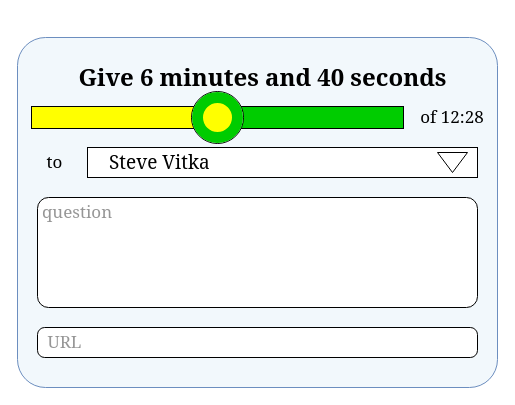
Before: popup.drawio in gizmolab10/diagrams, a draw.io diagram. Source tidied: cells renumbered, new cells numbered last; positions are measured from the earlier drawing's top-left corner, leaving out a move shared by most shapes. Both pictures are drawn from the tidied source at 100%, with x=0, y=0 at pixel (17, 37).
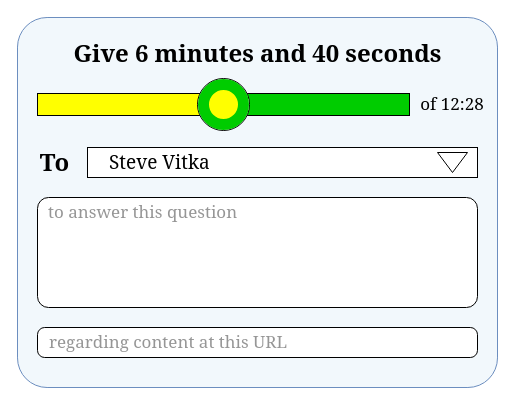
Above is the later version.

The edit, as a diff of the source:
```diff
@@
 <mxGraphModel>
   <root>
     <mxCell id="0" />
     <mxCell id="1" parent="0" />
     <mxCell id="2" style="rounded=1;whiteSpace=wrap;html=1;fillColor=#F2F8FC;strokeColor=#6c8ebf;arcSize=8;" parent="1" vertex="1">
-      <mxGeometry width="480" height="350" as="geometry" />
+      <mxGeometry y="-20" width="480" height="370" as="geometry" />
     </mxCell>
-    <mxCell id="3" value="to" style="text;html=1;strokeColor=none;fillColor=none;align=center;verticalAlign=middle;whiteSpace=wrap;rounded=0;fontSize=17;fontFamily=Georgia;" parent="1" vertex="1">
-      <mxGeometry x="20" y="110" width="35" height="30" as="geometry" />
-    </mxCell>
     <mxCell id="4" value="of 12:28" style="text;html=1;strokeColor=none;fillColor=none;align=center;verticalAlign=middle;whiteSpace=wrap;rounded=0;fontFamily=Georgia;fontSize=17;" parent="1" vertex="1">
-      <mxGeometry x="390" y="65" width="90" height="30" as="geometry" />
+      <mxGeometry x="390" y="52" width="90" height="30" as="geometry" />
     </mxCell>
     <mxCell id="5" value="Give 6 minutes and 40 seconds" style="text;strokeColor=none;fillColor=none;html=1;fontSize=24;fontStyle=1;verticalAlign=middle;align=center;fontFamily=Georgia;" parent="1" vertex="1">
-      <mxGeometry x="55" y="20" width="380" height="40" as="geometry" />
+      <mxGeometry x="50" y="-4" width="380" height="40" as="geometry" />
     </mxCell>
     <mxCell id="6" value="&lt;font style=&quot;font-size: 19px;&quot; face=&quot;Georgia&quot;&gt;Steve Vitka&lt;/font&gt;" style="html=1;whiteSpace=wrap;align=left;spacingLeft=20;" parent="1" vertex="1">
       <mxGeometry x="70" y="110" width="390" height="30" as="geometry" />
     </mxCell>
     <mxCell id="7" style="triangle;html=1;whiteSpace=wrap;direction=south;rotation=0;" parent="6" vertex="1">
       <mxGeometry x="350" y="5" width="30" height="20" as="geometry" />
     </mxCell>
     <mxCell id="8" style="rounded=0;whiteSpace=wrap;html=1;strokeColor=#000000;strokeWidth=1;fontFamily=Georgia;fontSize=17;fontColor=#969696;fillColor=#FFFFFF;" parent="6" vertex="1">
-      <mxGeometry x="-56" y="-41" width="372" height="22" as="geometry" />
+      <mxGeometry x="-50" y="-54" width="372" height="22" as="geometry" />
     </mxCell>
     <mxCell id="9" style="rounded=1;whiteSpace=wrap;html=1;fontFamily=Georgia;fontSize=17;arcSize=10;" parent="1" vertex="1">
       <mxGeometry x="20" y="160" width="440" height="110" as="geometry" />
     </mxCell>
     <mxCell id="10" style="rounded=1;whiteSpace=wrap;html=1;fontFamily=Georgia;fontSize=17;arcSize=24;" parent="1" vertex="1">
       <mxGeometry x="20" y="290" width="440" height="30" as="geometry" />
     </mxCell>
-    <mxCell id="11" value="question" style="text;html=1;align=center;verticalAlign=middle;whiteSpace=wrap;rounded=0;fontFamily=Georgia;fontSize=17;fontColor=#969696;" parent="1" vertex="1">
-      <mxGeometry x="30" y="160" width="60" height="30" as="geometry" />
+    <mxCell id="11" value="to answer this question" style="text;html=1;align=left;verticalAlign=middle;whiteSpace=wrap;rounded=0;fontFamily=Georgia;fontSize=17;fontColor=#969696;" parent="1" vertex="1">
+      <mxGeometry x="29" y="160" width="281" height="30" as="geometry" />
     </mxCell>
-    <mxCell id="12" value="URL" style="text;html=1;strokeColor=none;fillColor=none;align=center;verticalAlign=middle;whiteSpace=wrap;rounded=0;fontSize=17;fontFamily=Georgia;fontColor=#969696;" parent="1" vertex="1">
-      <mxGeometry x="30" y="290" width="35" height="30" as="geometry" />
+    <mxCell id="12" value="regarding content at this URL" style="text;html=1;strokeColor=none;fillColor=none;align=left;verticalAlign=middle;whiteSpace=wrap;rounded=0;fontSize=17;fontFamily=Georgia;fontColor=#969696;" parent="1" vertex="1">
+      <mxGeometry x="30" y="290" width="420" height="30" as="geometry" />
     </mxCell>
     <mxCell id="13" style="rounded=0;whiteSpace=wrap;html=1;strokeColor=#FFFF00;strokeWidth=11;fontFamily=Georgia;fontSize=17;fontColor=#969696;fillColor=#FFFF00;" parent="1" vertex="1">
-      <mxGeometry x="20" y="75" width="170" height="10" as="geometry" />
+      <mxGeometry x="26" y="62" width="170" height="10" as="geometry" />
     </mxCell>
     <mxCell id="14" style="rounded=0;whiteSpace=wrap;html=1;strokeColor=#00CC00;strokeWidth=11;fontFamily=Georgia;fontSize=17;fontColor=#969696;fillColor=#FFFF00;" parent="1" vertex="1">
-      <mxGeometry x="210" y="75" width="170" height="10" as="geometry" />
+      <mxGeometry x="216" y="62" width="170" height="10" as="geometry" />
     </mxCell>
     <mxCell id="15" style="ellipse;whiteSpace=wrap;html=1;strokeColor=#000000;strokeWidth=1;fontFamily=Georgia;fontSize=17;fontColor=#969696;fillColor=#FFFFFF;" parent="1" vertex="1">
-      <mxGeometry x="174" y="54" width="52" height="52" as="geometry" />
+      <mxGeometry x="180" y="41" width="52" height="52" as="geometry" />
     </mxCell>
     <mxCell id="16" style="ellipse;whiteSpace=wrap;html=1;strokeColor=#00CC00;strokeWidth=11;fontFamily=Georgia;fontSize=17;fontColor=#969696;fillColor=#FFFF00;" parent="1" vertex="1">
-      <mxGeometry x="180" y="60" width="40" height="40" as="geometry" />
+      <mxGeometry x="186" y="47" width="40" height="40" as="geometry" />
     </mxCell>
+    <mxCell id="17" value="&lt;font color=&quot;#000000&quot;&gt;To&lt;/font&gt;" style="text;strokeColor=none;fillColor=none;html=1;fontSize=24;fontStyle=1;verticalAlign=middle;align=center;strokeWidth=1;fontFamily=Georgia;fontColor=#969696;" parent="1" vertex="1">
+      <mxGeometry x="12" y="105" width="50" height="40" as="geometry" />
+    </mxCell>
   </root>
 </mxGraphModel>
```
